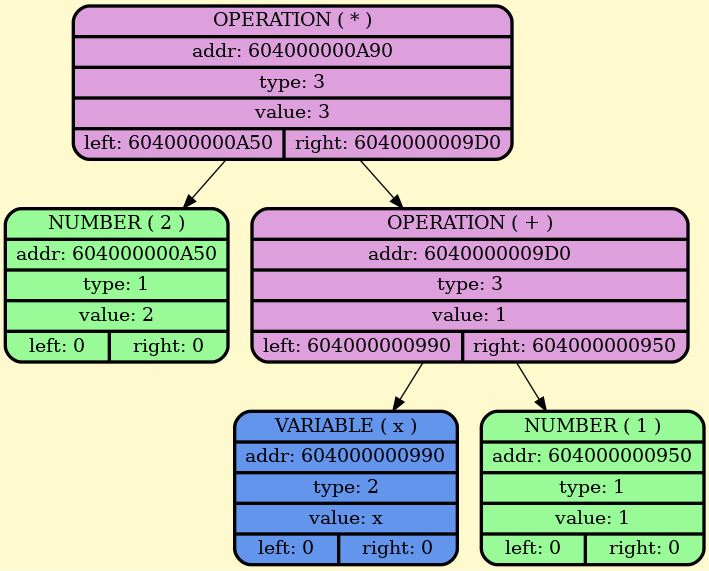
Earlier version of the Graphviz export dumpGraph/derivSimpl.png (BulgakovDmitry/differentiator). Its source is kept beside it as dumpGraph/derivSimpl.gv.
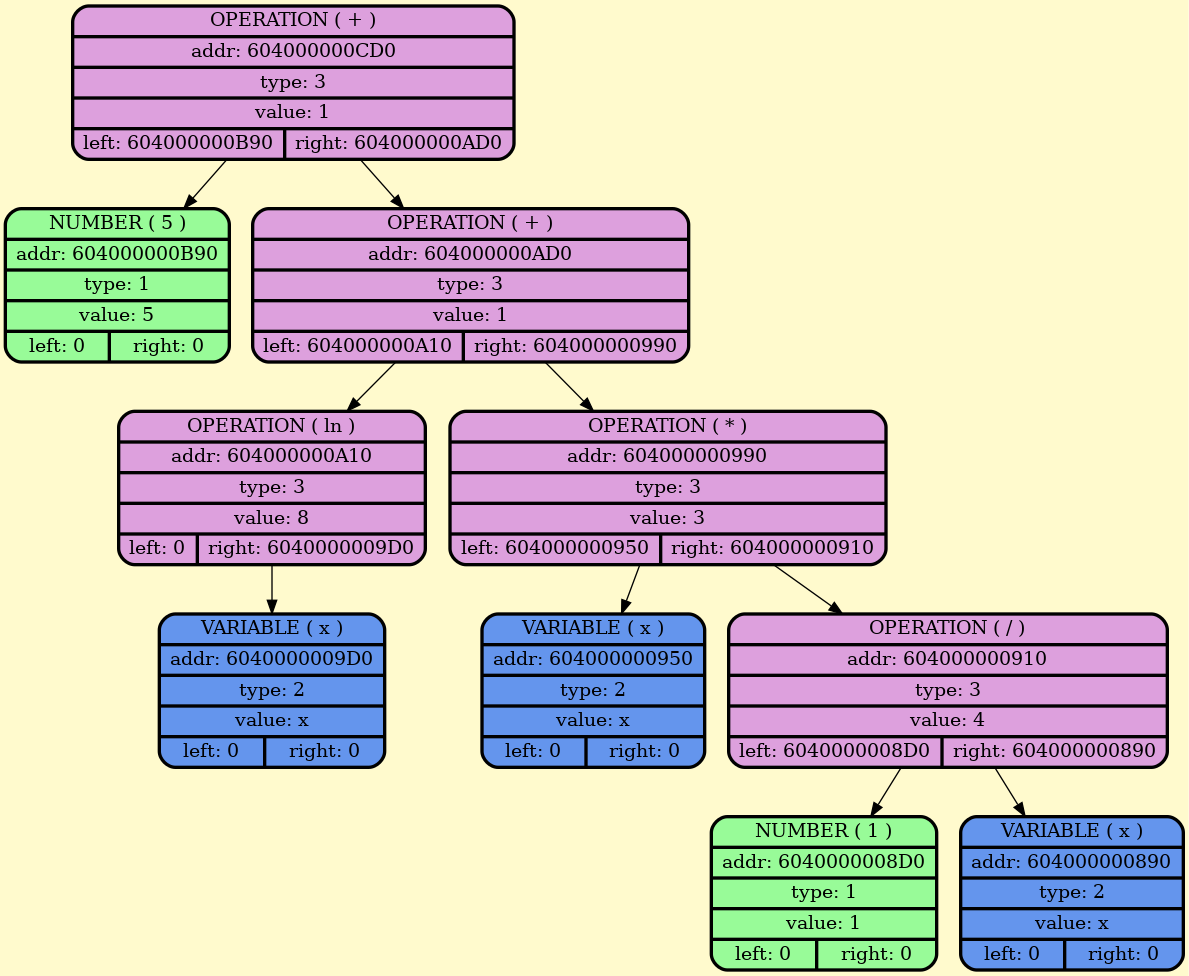
Above is the later version.

Change to the diagram source:
```diff
@@ -2,13 +2,23 @@
     node [style=filled, fontcolor=darkblue, fillcolor=peachpuff, color="#252A34", penwidth=2.5];
     bgcolor="lemonchiffon";
 
-node_0x604000000a90 [shape=Mrecord; style = filled; fillcolor=plum; color = "#000000"; fontcolor = "#000000";label=" {OPERATION ( * ) | addr: 604000000A90 | type: 3 | value: 3 | {left: 604000000A50 | right: 6040000009D0}} "];
-    node_0x604000000a50 [shape=Mrecord; style = filled; fillcolor = palegreen; color = "#000000"; fontcolor = "#000000";  label="  {NUMBER ( 2 )| addr: 604000000A50 | type: 1| value: 2 | {left: 0 | right: 0}} "];
-node_0x6040000009d0 [shape=Mrecord; style = filled; fillcolor=plum; color = "#000000"; fontcolor = "#000000";label=" {OPERATION ( + ) | addr: 6040000009D0 | type: 3 | value: 1 | {left: 604000000990 | right: 604000000950}} "];
-    node_0x604000000990 [shape=Mrecord; style = filled; fillcolor = cornflowerblue; color = "#000000"; fontcolor = "#000000";  label="  {VARIABLE ( x )| addr: 604000000990 | type: 2| value: x | {left: 0 | right: 0}} "];
-    node_0x604000000950 [shape=Mrecord; style = filled; fillcolor = palegreen; color = "#000000"; fontcolor = "#000000";  label="  {NUMBER ( 1 )| addr: 604000000950 | type: 1| value: 1 | {left: 0 | right: 0}} "];
-    node_0x604000000a90 -> node_0x604000000a50;
-    node_0x604000000a90 -> node_0x6040000009d0;
-    node_0x6040000009d0 -> node_0x604000000990;
-    node_0x6040000009d0 -> node_0x604000000950;
+node_0x604000000cd0 [shape=Mrecord; style = filled; fillcolor=plum; color = "#000000"; fontcolor = "#000000";label=" {OPERATION ( + ) | addr: 604000000CD0 | type: 3 | value: 1 | {left: 604000000B90 | right: 604000000AD0}} "];
+    node_0x604000000b90 [shape=Mrecord; style = filled; fillcolor = palegreen; color = "#000000"; fontcolor = "#000000";  label="  {NUMBER ( 5 )| addr: 604000000B90 | type: 1| value: 5 | {left: 0 | right: 0}} "];
+node_0x604000000ad0 [shape=Mrecord; style = filled; fillcolor=plum; color = "#000000"; fontcolor = "#000000";label=" {OPERATION ( + ) | addr: 604000000AD0 | type: 3 | value: 1 | {left: 604000000A10 | right: 604000000990}} "];
+node_0x604000000a10 [shape=Mrecord; style = filled; fillcolor=plum; color = "#000000"; fontcolor = "#000000";label=" {OPERATION ( ln ) | addr: 604000000A10 | type: 3 | value: 8 | {left: 0 | right: 6040000009D0}} "];
+    node_0x6040000009d0 [shape=Mrecord; style = filled; fillcolor = cornflowerblue; color = "#000000"; fontcolor = "#000000";  label="  {VARIABLE ( x )| addr: 6040000009D0 | type: 2| value: x | {left: 0 | right: 0}} "];
+node_0x604000000990 [shape=Mrecord; style = filled; fillcolor=plum; color = "#000000"; fontcolor = "#000000";label=" {OPERATION ( * ) | addr: 604000000990 | type: 3 | value: 3 | {left: 604000000950 | right: 604000000910}} "];
+    node_0x604000000950 [shape=Mrecord; style = filled; fillcolor = cornflowerblue; color = "#000000"; fontcolor = "#000000";  label="  {VARIABLE ( x )| addr: 604000000950 | type: 2| value: x | {left: 0 | right: 0}} "];
+node_0x604000000910 [shape=Mrecord; style = filled; fillcolor=plum; color = "#000000"; fontcolor = "#000000";label=" {OPERATION ( / ) | addr: 604000000910 | type: 3 | value: 4 | {left: 6040000008D0 | right: 604000000890}} "];
+    node_0x6040000008d0 [shape=Mrecord; style = filled; fillcolor = palegreen; color = "#000000"; fontcolor = "#000000";  label="  {NUMBER ( 1 )| addr: 6040000008D0 | type: 1| value: 1 | {left: 0 | right: 0}} "];
+    node_0x604000000890 [shape=Mrecord; style = filled; fillcolor = cornflowerblue; color = "#000000"; fontcolor = "#000000";  label="  {VARIABLE ( x )| addr: 604000000890 | type: 2| value: x | {left: 0 | right: 0}} "];
+    node_0x604000000cd0 -> node_0x604000000b90;
+    node_0x604000000cd0 -> node_0x604000000ad0;
+    node_0x604000000ad0 -> node_0x604000000a10;
+    node_0x604000000a10 -> node_0x6040000009d0;
+    node_0x604000000ad0 -> node_0x604000000990;
+    node_0x604000000990 -> node_0x604000000950;
+    node_0x604000000990 -> node_0x604000000910;
+    node_0x604000000910 -> node_0x6040000008d0;
+    node_0x604000000910 -> node_0x604000000890;
 }
```
